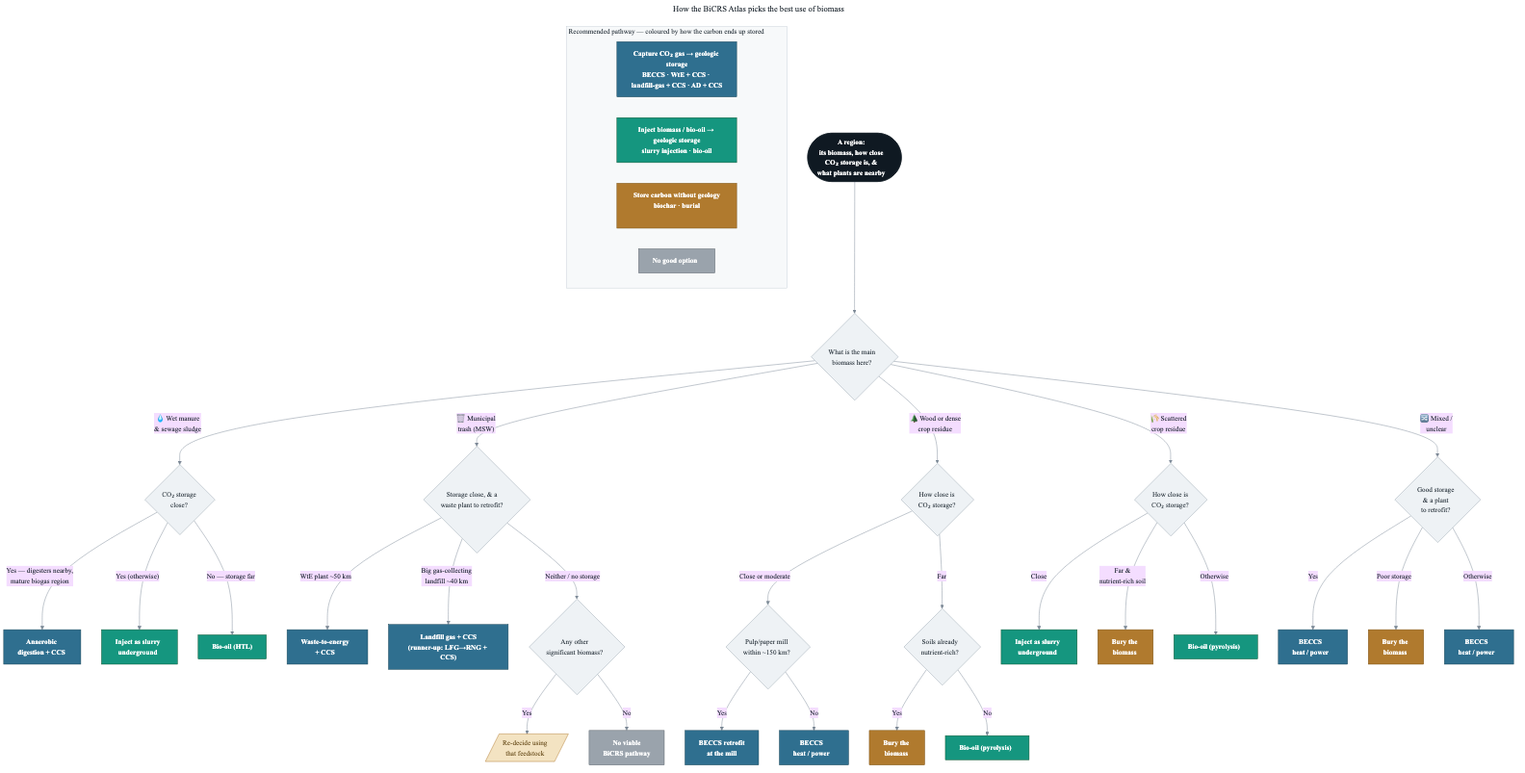
The Mermaid diagram docs/recommendation_flowchart.png in hausfath/biomass_map, before a commit. Its source is kept beside it as docs/recommendation_flowchart.mmd.
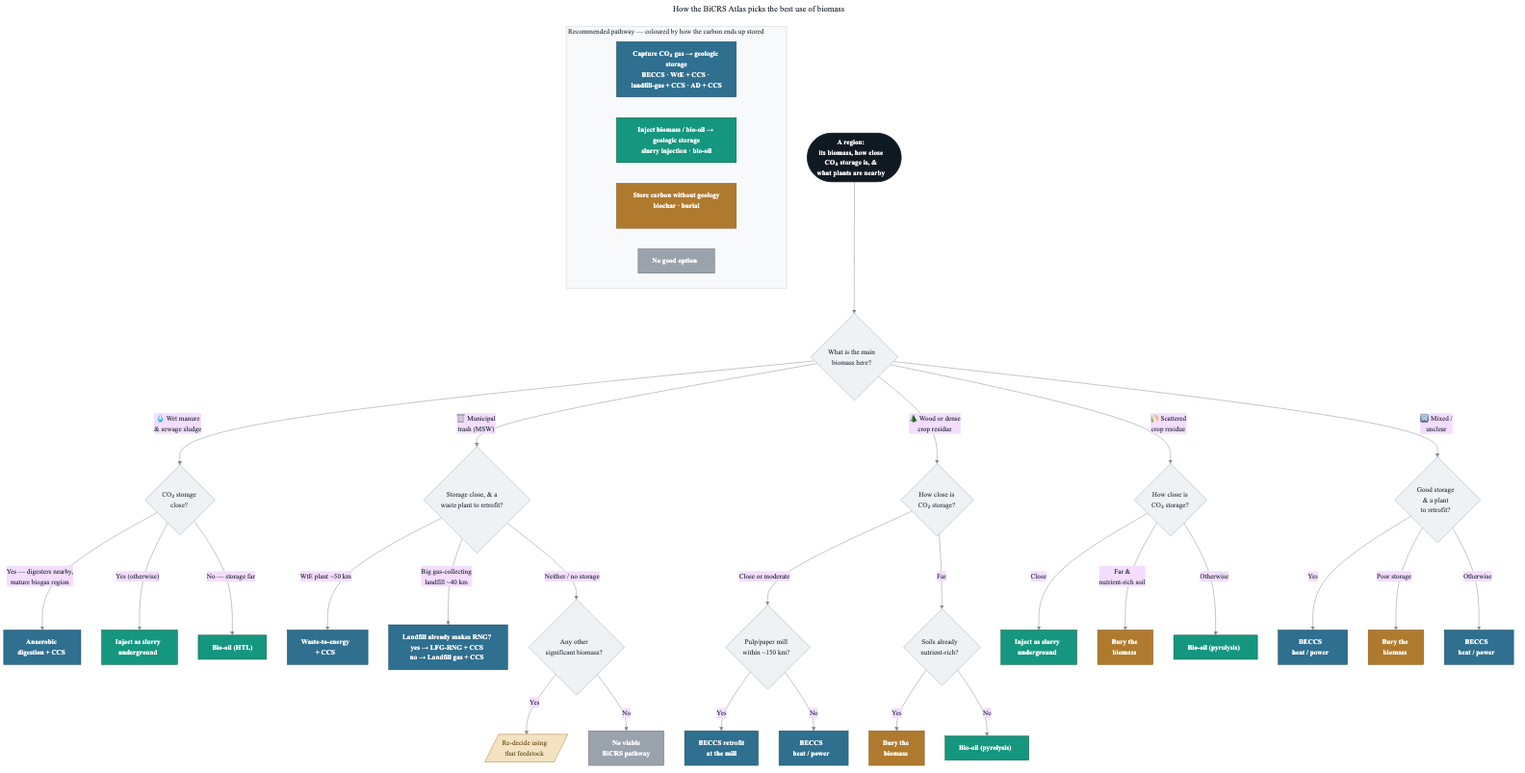
After the commit.

Commit message:
Landfill gas: default to RNG+CCS where the anchor landfill already makes RNG

The edit, as a diff of the source:
```diff
@@ -22,7 +22,7 @@
 
     DOM -->|"🗑️ Municipal<br/>trash (MSW)"| W{Storage close, & a<br/>waste plant to retrofit?}
     W -->|"WtE plant ~50 km"| Wwte["Waste-to-energy<br/>+ CCS"]
-    W -->|"Big gas-collecting<br/>landfill ~40 km"| Wlfg["Landfill gas + CCS<br/>(runner-up: LFG→RNG + CCS)"]
+    W -->|"Big gas-collecting<br/>landfill ~40 km"| Wlfg["Landfill already makes RNG?<br/>yes → LFG-RNG + CCS<br/>no → Landfill gas + CCS"]
     W -->|"Neither / no storage"| Wsec{Any other<br/>significant biomass?}
     Wsec -->|Yes| Wre[/"Re-decide using<br/>that feedstock"/]
     Wsec -->|No| Wnone["No viable<br/>BiCRS pathway"]
```
